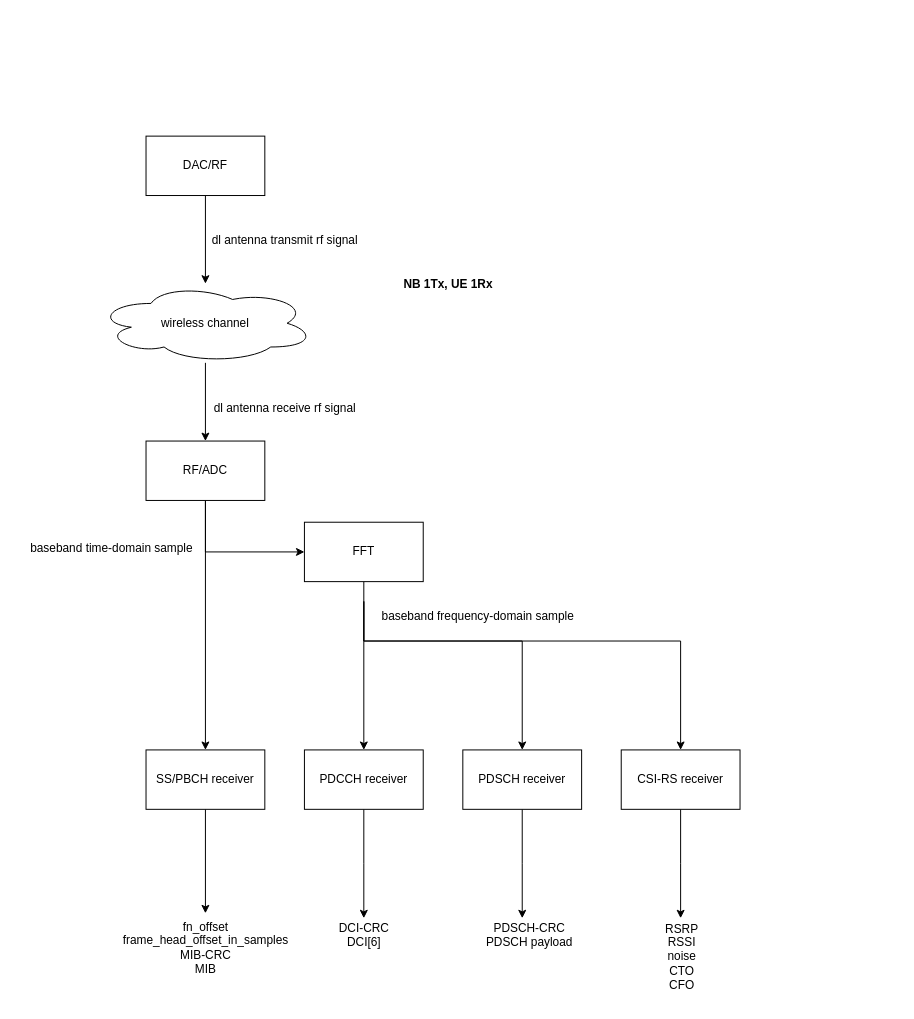
This is page "UE PHY DL Top" (2 of 5) of 2.drawio from wubobupt/drawio, a draw.io file, before an edit. Source tidied: cells renumbered, new cells numbered last; positions are measured from the earlier drawing's top-left corner, leaving out a move shared by most shapes. Both pictures are drawn from the tidied source at 99%, with x=0, y=0 at pixel (17, 136).
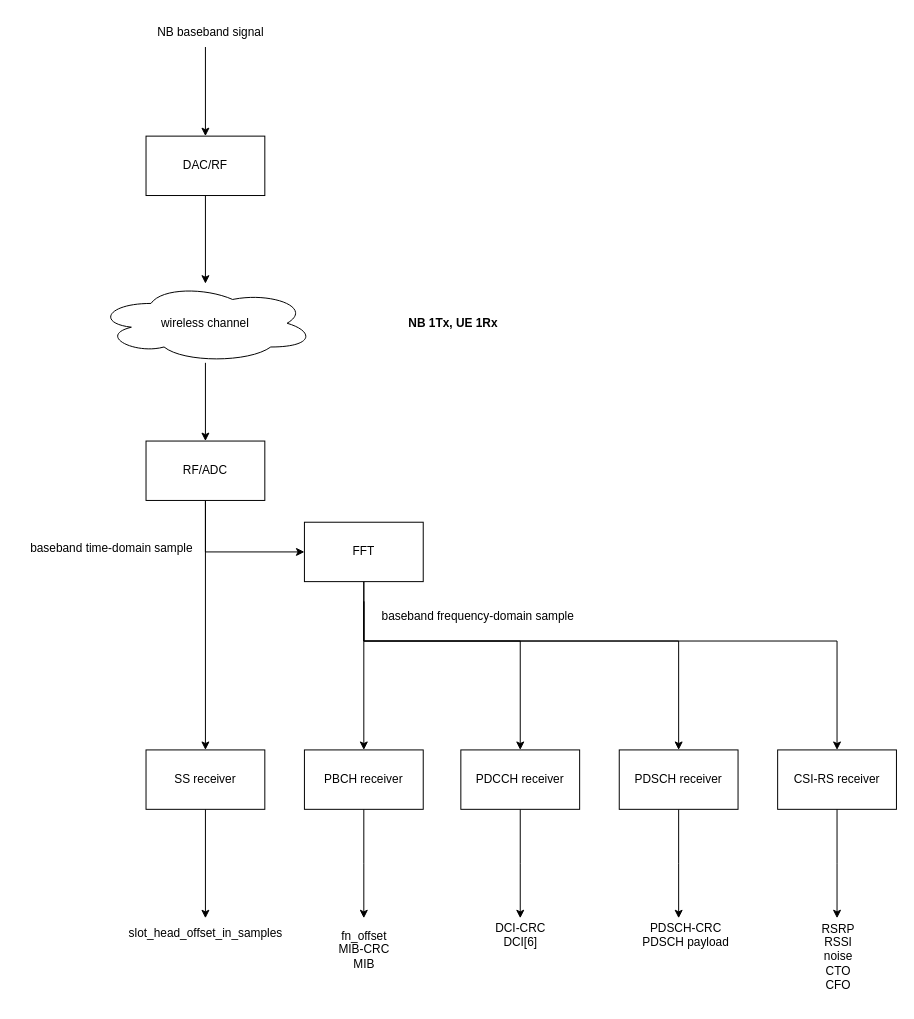
Above is the later version.

The change refers to these unchanged cells:
```xml
<mxCell id="17" value="FFT" style="whiteSpace=wrap;html=1;" parent="1" vertex="1">
  <mxGeometry x="290" y="390" width="120" height="60" as="geometry" />
</mxCell>
```

What changed in the source:
```diff
@@
     <mxCell id="2" value="&lt;b&gt;NB 1Tx, UE 1Rx&lt;/b&gt;" style="text;html=1;align=center;verticalAlign=middle;strokeColor=none;fillColor=default;" parent="1" vertex="1">
-      <mxGeometry x="380" y="135" width="110" height="30" as="geometry" />
+      <mxGeometry x="385" y="174" width="110" height="30" as="geometry" />
     </mxCell>
@@
-    <mxCell id="4" value="SS/PBCH receiver" style="whiteSpace=wrap;html=1;" parent="1" vertex="1">
+    <mxCell id="4" value="SS receiver" style="whiteSpace=wrap;html=1;" parent="1" vertex="1">
       <mxGeometry x="130" y="620" width="120" height="60" as="geometry" />
     </mxCell>
     <mxCell id="5" style="edgeStyle=orthogonalEdgeStyle;rounded=0;jettySize=auto;html=1;exitX=0.5;exitY=1;exitDx=0;exitDy=0;" parent="1" edge="1" source="6">
       <mxGeometry relative="1" as="geometry">
-        <mxPoint x="350" y="790" as="targetPoint" />
+        <mxPoint x="508" y="790" as="targetPoint" />
       </mxGeometry>
     </mxCell>
     <mxCell id="6" value="PDCCH receiver" style="whiteSpace=wrap;html=1;" parent="1" vertex="1">
-      <mxGeometry x="290" y="620" width="120" height="60" as="geometry" />
+      <mxGeometry x="448" y="620" width="120" height="60" as="geometry" />
     </mxCell>
     <mxCell id="7" style="edgeStyle=orthogonalEdgeStyle;rounded=0;jettySize=auto;html=1;exitX=0.5;exitY=1;exitDx=0;exitDy=0;" parent="1" edge="1" source="8">
       <mxGeometry relative="1" as="geometry">
-        <mxPoint x="510" y="790" as="targetPoint" />
+        <mxPoint x="668" y="790" as="targetPoint" />
       </mxGeometry>
     </mxCell>
     <mxCell id="8" value="PDSCH receiver" style="whiteSpace=wrap;html=1;" parent="1" vertex="1">
-      <mxGeometry x="450" y="620" width="120" height="60" as="geometry" />
+      <mxGeometry x="608" y="620" width="120" height="60" as="geometry" />
     </mxCell>
     <mxCell id="9" style="edgeStyle=orthogonalEdgeStyle;rounded=0;jettySize=auto;html=1;exitX=0.5;exitY=1;exitDx=0;exitDy=0;" parent="1" edge="1" source="10">
       <mxGeometry relative="1" as="geometry">
-        <mxPoint x="670" y="790" as="targetPoint" />
+        <mxPoint x="828" y="790" as="targetPoint" />
       </mxGeometry>
     </mxCell>
     <mxCell id="10" value="CSI-RS receiver" style="whiteSpace=wrap;html=1;" parent="1" vertex="1">
-      <mxGeometry x="610" y="620" width="120" height="60" as="geometry" />
+      <mxGeometry x="768" y="620" width="120" height="60" as="geometry" />
     </mxCell>
@@
-    <mxCell id="13" value="RF/ADC" style="whiteSpace=wrap;html=1;" parent="1" vertex="1">
+    <mxCell id="13" value="RF/ADC" style="whiteSpace=wrap;html=1;strokeColor=default;" parent="1" vertex="1">
       <mxGeometry x="130" y="308" width="120" height="60" as="geometry" />
     </mxCell>
     <mxCell id="14" style="edgeStyle=orthogonalEdgeStyle;rounded=0;jettySize=auto;html=1;exitX=0.5;exitY=1;exitDx=0;exitDy=0;entryX=0.5;entryY=0;entryDx=0;entryDy=0;" parent="1" edge="1" source="17" target="6">
-      <mxGeometry relative="1" as="geometry" />
+      <mxGeometry relative="1" as="geometry">
+        <Array as="points">
+          <mxPoint x="350" y="510" />
+          <mxPoint x="508" y="510" />
+        </Array>
+      </mxGeometry>
     </mxCell>
     <mxCell id="15" style="edgeStyle=orthogonalEdgeStyle;rounded=0;jettySize=auto;html=1;entryX=0.5;entryY=0;entryDx=0;entryDy=0;" parent="1" edge="1" target="8">
       <mxGeometry relative="1" as="geometry">
         <mxPoint x="350" y="470" as="sourcePoint" />
         <Array as="points">
           <mxPoint x="350" y="510" />
-          <mxPoint x="510" y="510" />
+          <mxPoint x="668" y="510" />
         </Array>
       </mxGeometry>
     </mxCell>
     <mxCell id="16" style="edgeStyle=orthogonalEdgeStyle;rounded=0;jettySize=auto;html=1;entryX=0.5;entryY=0;entryDx=0;entryDy=0;" parent="1" edge="1" target="10">
       <mxGeometry relative="1" as="geometry">
         <mxPoint x="350" y="470" as="sourcePoint" />
         <Array as="points">
           <mxPoint x="350" y="510" />
-          <mxPoint x="670" y="510" />
+          <mxPoint x="828" y="510" />
         </Array>
       </mxGeometry>
     </mxCell>
+    <mxCell id="30" style="edgeStyle=orthogonalEdgeStyle;rounded=0;jettySize=auto;html=1;exitX=0.5;exitY=1;exitDx=0;exitDy=0;entryX=0.5;entryY=0;entryDx=0;entryDy=0;" parent="1" edge="1" source="17" target="34">
+      <mxGeometry relative="1" as="geometry" />
+    </mxCell>
@@
-    <mxCell id="18" value="dl antenna receive rf signal" style="text;html=1;align=center;verticalAlign=middle;strokeColor=none;fillColor=none;" parent="1" vertex="1">
-      <mxGeometry x="185" y="260" width="170" height="30" as="geometry" />
-    </mxCell>
-    <mxCell id="19" value="fn_offset&lt;div&gt;frame_head_offset_in_samples&lt;/div&gt;&lt;div&gt;MIB-CRC&lt;/div&gt;&lt;div&gt;MIB&lt;/div&gt;" style="text;html=1;align=center;verticalAlign=middle;points=[];strokeColor=none;fillColor=none;" parent="1" vertex="1">
-      <mxGeometry x="95" y="785" width="190" height="70" as="geometry" />
+    <mxCell id="19" value="&lt;div&gt;slot_head_offset_in_samples&lt;/div&gt;" style="text;html=1;align=center;verticalAlign=middle;points=[];strokeColor=none;fillColor=none;" parent="1" vertex="1">
+      <mxGeometry x="100" y="790" width="180" height="30" as="geometry" />
     </mxCell>
     <mxCell id="20" value="&lt;div&gt;DCI-CRC&lt;/div&gt;DCI[6]" style="text;html=1;align=center;verticalAlign=middle;strokeColor=none;fillColor=none;" parent="1" vertex="1">
-      <mxGeometry x="315" y="787" width="70" height="40" as="geometry" />
+      <mxGeometry x="473" y="787" width="70" height="40" as="geometry" />
     </mxCell>
     <mxCell id="21" value="&lt;div&gt;PDSCH-CRC&lt;/div&gt;PDSCH payload" style="text;html=1;align=center;verticalAlign=middle;strokeColor=none;fillColor=none;" parent="1" vertex="1">
-      <mxGeometry x="462" y="787" width="110" height="40" as="geometry" />
+      <mxGeometry x="620" y="787" width="110" height="40" as="geometry" />
     </mxCell>
     <mxCell id="22" value="RSRP&lt;div&gt;RSSI&lt;/div&gt;&lt;div&gt;noise&lt;/div&gt;&lt;div&gt;CTO&lt;/div&gt;&lt;div&gt;CFO&lt;/div&gt;" style="text;html=1;align=center;verticalAlign=middle;strokeColor=none;fillColor=none;" parent="1" vertex="1">
-      <mxGeometry x="641" y="784" width="60" height="90" as="geometry" />
+      <mxGeometry x="799" y="784" width="60" height="90" as="geometry" />
     </mxCell>
@@
-    <mxCell id="25" style="edgeStyle=orthogonalEdgeStyle;rounded=0;jettySize=auto;html=1;entryX=0.5;entryY=0;entryDx=0;entryDy=0;" parent="1" edge="1" source="26" target="13">
+    <mxCell id="25" style="edgeStyle=orthogonalEdgeStyle;rounded=0;jettySize=auto;html=1;entryX=0.5;entryY=0;entryDx=0;entryDy=0;strokeColor=default;" parent="1" edge="1" source="26" target="13">
       <mxGeometry relative="1" as="geometry" />
     </mxCell>
-    <mxCell id="26" value="wireless channel" style="ellipse;shape=cloud;whiteSpace=wrap;html=1;" parent="1" vertex="1">
+    <mxCell id="26" value="wireless channel" style="ellipse;shape=cloud;whiteSpace=wrap;html=1;strokeColor=default;" parent="1" vertex="1">
       <mxGeometry x="80" y="149" width="220" height="80" as="geometry" />
     </mxCell>
-    <mxCell id="27" style="edgeStyle=orthogonalEdgeStyle;rounded=0;jettySize=auto;html=1;exitX=0.5;exitY=1;exitDx=0;exitDy=0;" parent="1" edge="1" source="28" target="26">
+    <mxCell id="27" style="edgeStyle=orthogonalEdgeStyle;rounded=0;jettySize=auto;html=1;exitX=0.5;exitY=1;exitDx=0;exitDy=0;strokeColor=default;" parent="1" edge="1" source="28" target="26">
       <mxGeometry relative="1" as="geometry" />
     </mxCell>
-    <mxCell id="28" value="DAC/RF" style="whiteSpace=wrap;html=1;" parent="1" vertex="1">
+    <mxCell id="28" value="DAC/RF" style="whiteSpace=wrap;html=1;strokeColor=default;" parent="1" vertex="1">
       <mxGeometry x="130" width="120" height="60" as="geometry" />
     </mxCell>
-    <mxCell id="29" value="dl antenna transmit rf signal" style="text;html=1;align=center;verticalAlign=middle;strokeColor=none;fillColor=none;" parent="1" vertex="1">
-      <mxGeometry x="185" y="90" width="170" height="30" as="geometry" />
-    </mxCell>
+    <mxCell id="31" style="edgeStyle=none;jettySize=auto;html=1;rounded=0;entryX=0.5;entryY=0;entryDx=0;entryDy=0;" parent="1" edge="1" target="28">
+      <mxGeometry relative="1" as="geometry">
+        <mxPoint x="190" y="-90" as="sourcePoint" />
+      </mxGeometry>
+    </mxCell>
+    <mxCell id="32" value="NB baseband signal" style="text;html=1;align=center;verticalAlign=middle;strokeColor=none;fillColor=none;" parent="1" vertex="1">
+      <mxGeometry x="130" y="-120" width="130" height="30" as="geometry" />
+    </mxCell>
+    <mxCell id="33" style="edgeStyle=orthogonalEdgeStyle;rounded=0;jettySize=auto;html=1;exitX=0.5;exitY=1;exitDx=0;exitDy=0;" parent="1" edge="1" source="34">
+      <mxGeometry relative="1" as="geometry">
+        <mxPoint x="350" y="790" as="targetPoint" />
+      </mxGeometry>
+    </mxCell>
+    <mxCell id="34" value="PBCH receiver" style="whiteSpace=wrap;html=1;" parent="1" vertex="1">
+      <mxGeometry x="290" y="620" width="120" height="60" as="geometry" />
+    </mxCell>
+    <mxCell id="35" value="fn_offset&lt;div&gt;MIB-CRC&lt;/div&gt;&lt;div&gt;MIB&lt;/div&gt;" style="text;html=1;align=center;verticalAlign=middle;strokeColor=none;fillColor=none;" parent="1" vertex="1">
+      <mxGeometry x="315" y="792" width="70" height="60" as="geometry" />
+    </mxCell>
```
